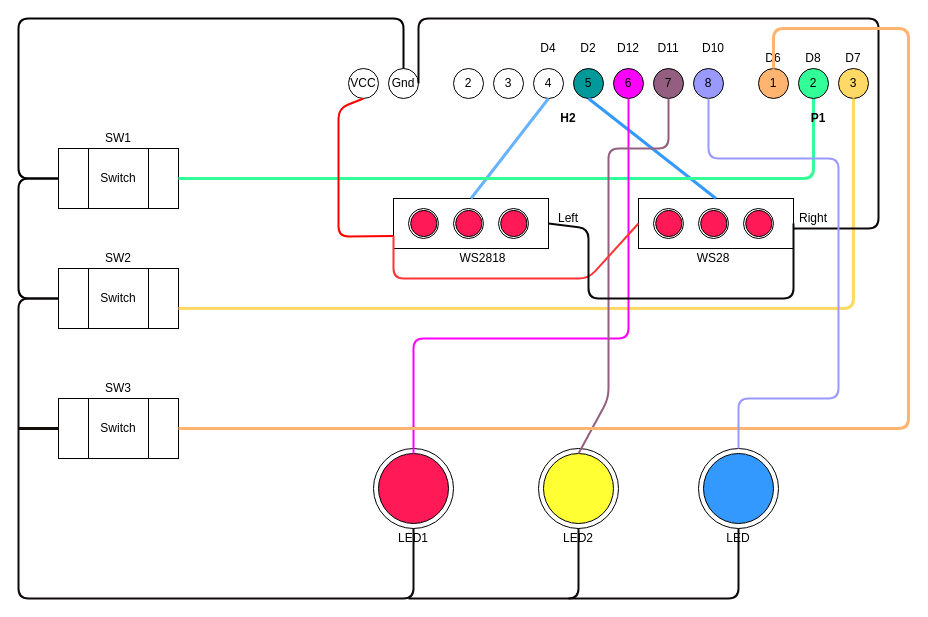
Before: WS28LedProjects/Diagrams/Nano_PCB_Glasses/TestBed.drawio in johnosbb/Automation, a draw.io diagram. Source tidied: cells renumbered, new cells numbered last; positions are measured from the earlier drawing's top-left corner, leaving out a move shared by most shapes. Both pictures are drawn from the tidied source at 100%, with x=0, y=0 at pixel (18, 18).
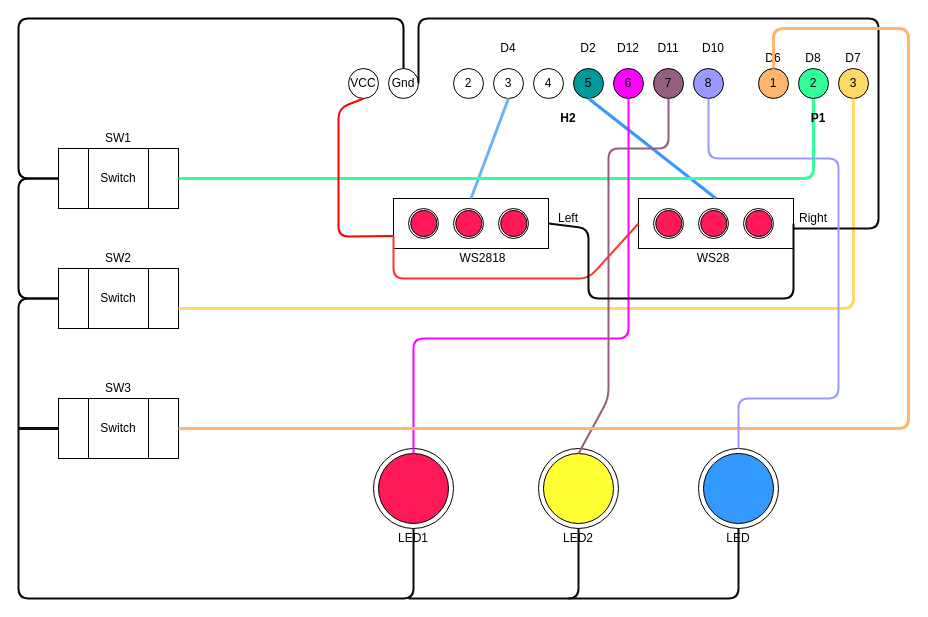
After the change.

The change refers to these unchanged cells:
```xml
<mxCell id="13" style="rounded=0;whiteSpace=wrap;html=1;hachureGap=4;fillColor=#ffffff;" parent="12" vertex="1">
  <mxGeometry width="155" height="50" as="geometry" />
</mxCell>
<mxCell id="61" value="4" style="ellipse;whiteSpace=wrap;html=1;hachureGap=4;" parent="1" vertex="1">
  <mxGeometry x="515" y="50" width="30" height="30" as="geometry" />
</mxCell>
<mxCell id="65" value="3" style="ellipse;whiteSpace=wrap;html=1;hachureGap=4;" parent="1" vertex="1">
  <mxGeometry x="475" y="50" width="30" height="30" as="geometry" />
</mxCell>
```

Diff of the diagram source:
```diff
@@
     <mxCell id="70" value="D4" style="text;html=1;strokeColor=none;fillColor=none;align=center;verticalAlign=middle;whiteSpace=wrap;rounded=0;hachureGap=4;" parent="1" vertex="1">
-      <mxGeometry x="510" y="20" width="40" height="20" as="geometry" />
+      <mxGeometry x="470" y="20" width="40" height="20" as="geometry" />
     </mxCell>
-    <mxCell id="71" style="endArrow=none;html=1;startSize=14;endSize=14;sourcePerimeterSpacing=8;targetPerimeterSpacing=8;entryX=0.5;entryY=1;entryDx=0;entryDy=0;exitX=0.5;exitY=0;exitDx=0;exitDy=0;strokeColor=#66B2FF;strokeWidth=3;" parent="1" edge="1" source="13" target="61">
+    <mxCell id="71" style="endArrow=none;html=1;startSize=14;endSize=14;sourcePerimeterSpacing=8;targetPerimeterSpacing=8;entryX=0.5;entryY=1;entryDx=0;entryDy=0;exitX=0.5;exitY=0;exitDx=0;exitDy=0;strokeColor=#66B2FF;strokeWidth=3;" parent="1" edge="1" source="13" target="65">
       <mxGeometry relative="1" as="geometry" />
     </mxCell>
```
